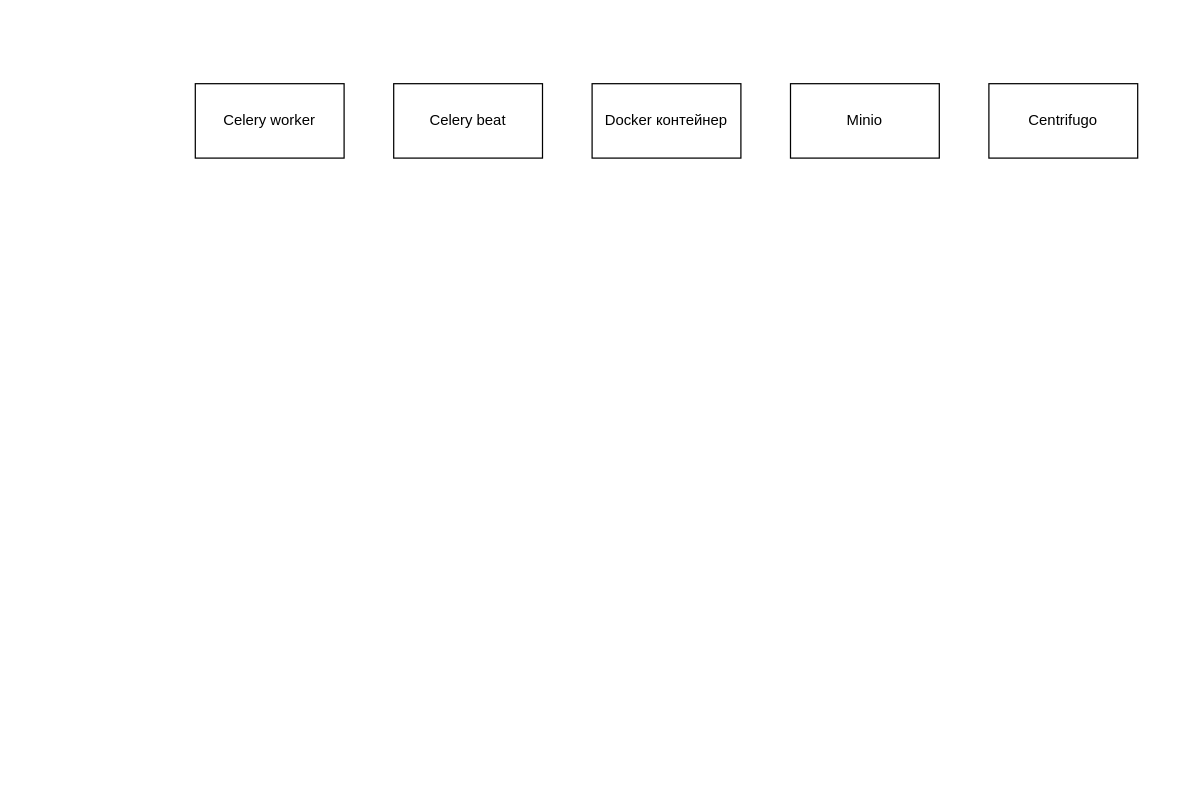
Earlier version of the draw.io diagram Untitled Diagram.drawio (fourhtyoz/air-hockey). Source tidied: cells renumbered, new cells numbered last; positions are measured from the earlier drawing's top-left corner, leaving out a move shared by most shapes. Both pictures are drawn from the tidied source at 124%, with x=0, y=0 at pixel (195, 83).
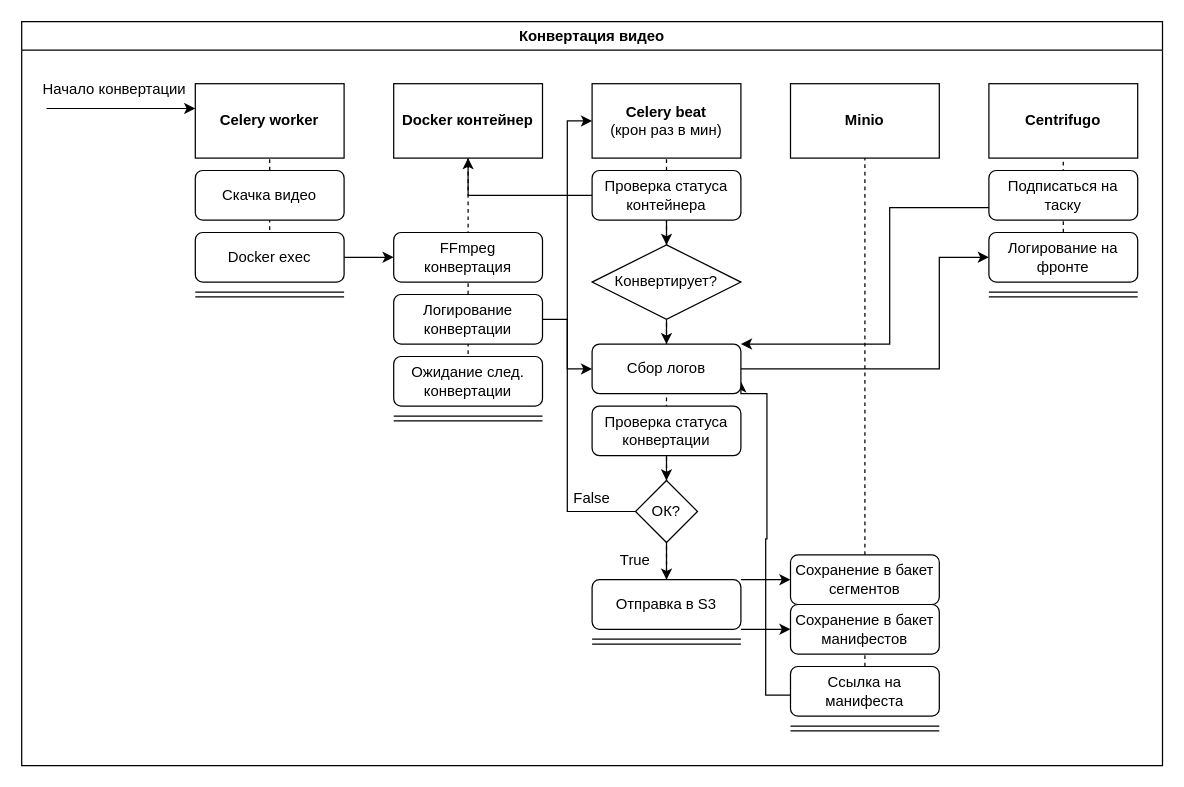
The same diagram, later.

What changed in the source:
```diff
@@
-    <mxCell id="2" value="Celery worker" style="rounded=0;whiteSpace=wrap;html=1;" parent="1" vertex="1">
+    <mxCell id="2" value="Celery worker" style="rounded=0;whiteSpace=wrap;html=1;fontStyle=1;" parent="1" vertex="1">
       <mxGeometry width="120" height="60" as="geometry" />
     </mxCell>
-    <mxCell id="3" value="Celery beat" style="rounded=0;whiteSpace=wrap;html=1;" parent="1" vertex="1">
-      <mxGeometry x="160" width="120" height="60" as="geometry" />
+    <mxCell id="3" value="&lt;div&gt;Celery beat&lt;/div&gt;&lt;div&gt;&lt;span style=&quot;font-weight: normal;&quot;&gt;(крон раз в мин)&lt;/span&gt;&lt;br&gt;&lt;/div&gt;" style="rounded=0;whiteSpace=wrap;html=1;fontStyle=1;" parent="1" vertex="1">
+      <mxGeometry x="320" width="120" height="60" as="geometry" />
     </mxCell>
-    <mxCell id="4" value="Docker контейнер" style="rounded=0;whiteSpace=wrap;html=1;" parent="1" vertex="1">
-      <mxGeometry x="320" width="120" height="60" as="geometry" />
+    <mxCell id="4" value="Docker контейнер" style="rounded=0;whiteSpace=wrap;html=1;fontStyle=1;" parent="1" vertex="1">
+      <mxGeometry x="160" width="120" height="60" as="geometry" />
     </mxCell>
-    <mxCell id="5" value="&lt;div&gt;Minio&lt;/div&gt;" style="rounded=0;whiteSpace=wrap;html=1;" parent="1" vertex="1">
+    <mxCell id="5" value="&lt;div&gt;Minio&lt;/div&gt;" style="rounded=0;whiteSpace=wrap;html=1;fontStyle=1;" parent="1" vertex="1">
       <mxGeometry x="480" width="120" height="60" as="geometry" />
     </mxCell>
-    <mxCell id="6" value="Centrifugo" style="rounded=0;whiteSpace=wrap;html=1;" parent="1" vertex="1">
+    <mxCell id="6" value="Centrifugo" style="rounded=0;whiteSpace=wrap;html=1;fontStyle=1;" parent="1" vertex="1">
       <mxGeometry x="640" width="120" height="60" as="geometry" />
     </mxCell>
+    <mxCell id="7" style="edgeStyle=orthogonalEdgeStyle;rounded=0;jettySize=auto;html=1;" parent="1" edge="1" source="37" target="39">
+      <mxGeometry relative="1" as="geometry" />
+    </mxCell>
+    <mxCell id="8" style="edgeStyle=orthogonalEdgeStyle;rounded=0;jettySize=auto;html=1;entryX=0;entryY=0.5;entryDx=0;entryDy=0;" parent="1" edge="1" source="38" target="47">
+      <mxGeometry relative="1" as="geometry" />
+    </mxCell>
+    <mxCell id="9" style="edgeStyle=orthogonalEdgeStyle;rounded=0;jettySize=auto;html=1;" parent="1" edge="1" source="45" target="48">
+      <mxGeometry relative="1" as="geometry" />
+    </mxCell>
+    <mxCell id="10" style="endArrow=classic;html=1;rounded=0;exitX=1;exitY=0;exitDx=0;exitDy=0;" parent="1" edge="1" source="46">
+      <mxGeometry relative="1" as="geometry">
+        <mxPoint x="480" y="400" as="targetPoint" />
+      </mxGeometry>
+    </mxCell>
+    <mxCell id="11" style="endArrow=classic;html=1;rounded=0;exitX=1;exitY=1;exitDx=0;exitDy=0;" parent="1" edge="1" source="46">
+      <mxGeometry relative="1" as="geometry">
+        <mxPoint x="480" y="440" as="targetPoint" />
+      </mxGeometry>
+    </mxCell>
+    <mxCell id="12" style="edgeStyle=orthogonalEdgeStyle;rounded=0;jettySize=auto;html=1;entryX=1;entryY=0;entryDx=0;entryDy=0;" parent="1" edge="1" target="47">
+      <mxGeometry relative="1" as="geometry">
+        <mxPoint x="720" y="110" as="sourcePoint" />
+        <Array as="points">
+          <mxPoint x="720" y="100" />
+          <mxPoint x="560" y="100" />
+          <mxPoint x="560" y="210" />
+        </Array>
+      </mxGeometry>
+    </mxCell>
+    <mxCell id="13" value="&lt;div&gt;Логирование на фронте&lt;/div&gt;" style="rounded=1;whiteSpace=wrap;html=1;" parent="1" vertex="1">
+      <mxGeometry x="640" y="120" width="120" height="40" as="geometry" />
+    </mxCell>
+    <mxCell id="14" style="edgeStyle=orthogonalEdgeStyle;rounded=0;jettySize=auto;html=1;entryX=0;entryY=0.5;entryDx=0;entryDy=0;" parent="1" edge="1" source="48" target="3">
+      <mxGeometry relative="1" as="geometry">
+        <Array as="points">
+          <mxPoint x="300" y="345" />
+          <mxPoint x="300" y="30" />
+        </Array>
+      </mxGeometry>
+    </mxCell>
+    <mxCell id="15" style="edgeStyle=orthogonalEdgeStyle;rounded=0;jettySize=auto;html=1;" parent="1" edge="1" source="48">
+      <mxGeometry relative="1" as="geometry">
+        <mxPoint x="380" y="400" as="targetPoint" />
+      </mxGeometry>
+    </mxCell>
+    <mxCell id="16" value="&lt;div&gt;False&lt;/div&gt;" style="text;html=1;align=center;verticalAlign=middle;whiteSpace=wrap;rounded=0;" parent="1" vertex="1">
+      <mxGeometry x="290" y="320" width="60" height="30" as="geometry" />
+    </mxCell>
+    <mxCell id="17" style="shape=link;html=1;rounded=0;" parent="1" edge="1">
+      <mxGeometry relative="1" as="geometry">
+        <mxPoint y="170" as="sourcePoint" />
+        <mxPoint x="120" y="170" as="targetPoint" />
+      </mxGeometry>
+    </mxCell>
+    <mxCell id="18" style="edgeStyle=orthogonalEdgeStyle;rounded=0;jettySize=auto;html=1;" parent="1" edge="1" source="49" target="50">
+      <mxGeometry relative="1" as="geometry" />
+    </mxCell>
+    <mxCell id="19" style="edgeStyle=orthogonalEdgeStyle;rounded=0;jettySize=auto;html=1;entryX=0.5;entryY=1;entryDx=0;entryDy=0;" parent="1" edge="1" source="49" target="4">
+      <mxGeometry relative="1" as="geometry" />
+    </mxCell>
+    <mxCell id="20" style="edgeStyle=orthogonalEdgeStyle;rounded=0;jettySize=auto;html=1;" parent="1" edge="1" source="50" target="47">
+      <mxGeometry relative="1" as="geometry" />
+    </mxCell>
+    <mxCell id="21" style="shape=link;html=1;rounded=0;" parent="1" edge="1">
+      <mxGeometry relative="1" as="geometry">
+        <mxPoint x="160" y="270" as="sourcePoint" />
+        <mxPoint x="280" y="270" as="targetPoint" />
+      </mxGeometry>
+    </mxCell>
+    <mxCell id="22" value="True" style="text;html=1;align=center;verticalAlign=middle;whiteSpace=wrap;rounded=0;" parent="1" vertex="1">
+      <mxGeometry x="325" y="370" width="60" height="30" as="geometry" />
+    </mxCell>
+    <mxCell id="23" style="shape=link;html=1;rounded=0;" parent="1" edge="1">
+      <mxGeometry relative="1" as="geometry">
+        <mxPoint x="320" y="450" as="sourcePoint" />
+        <mxPoint x="440" y="450" as="targetPoint" />
+      </mxGeometry>
+    </mxCell>
+    <mxCell id="24" style="shape=link;html=1;rounded=0;" parent="1" edge="1">
+      <mxGeometry relative="1" as="geometry">
+        <mxPoint x="480" y="520" as="sourcePoint" />
+        <mxPoint x="600" y="520" as="targetPoint" />
+      </mxGeometry>
+    </mxCell>
+    <mxCell id="25" value="Конвертация видео" style="swimlane;whiteSpace=wrap;html=1;" parent="1" vertex="1">
+      <mxGeometry x="-140" y="-50" width="920" height="600" as="geometry" />
+    </mxCell>
+    <mxCell id="26" style="endArrow=none;dashed=1;html=1;rounded=0;exitX=0.5;exitY=1;exitDx=0;exitDy=0;" parent="25" edge="1" source="37">
+      <mxGeometry relative="1" as="geometry">
+        <mxPoint x="200" y="110" as="targetPoint" />
+      </mxGeometry>
+    </mxCell>
+    <mxCell id="27" value="Начало конвертации" style="text;html=1;align=center;verticalAlign=middle;whiteSpace=wrap;rounded=0;" parent="25" vertex="1">
+      <mxGeometry x="10" y="40" width="130" height="30" as="geometry" />
+    </mxCell>
+    <mxCell id="28" style="endArrow=classic;html=1;rounded=0;entryX=1;entryY=1;entryDx=0;entryDy=0;" parent="25" edge="1" target="27">
+      <mxGeometry relative="1" as="geometry">
+        <mxPoint x="20" y="70" as="sourcePoint" />
+      </mxGeometry>
+    </mxCell>
+    <mxCell id="29" style="shape=link;html=1;rounded=0;" parent="25" edge="1">
+      <mxGeometry relative="1" as="geometry">
+        <mxPoint x="780" y="220" as="sourcePoint" />
+        <mxPoint x="900" y="220" as="targetPoint" />
+      </mxGeometry>
+    </mxCell>
+    <mxCell id="30" style="edgeStyle=orthogonalEdgeStyle;rounded=0;orthogonalLoop=1;jettySize=auto;html=1;" parent="25" edge="1">
+      <mxGeometry relative="1" as="geometry">
+        <mxPoint x="580" y="280" as="sourcePoint" />
+        <mxPoint x="780" y="190" as="targetPoint" />
+        <Array as="points">
+          <mxPoint x="740" y="280" />
+          <mxPoint x="740" y="190" />
+        </Array>
+      </mxGeometry>
+    </mxCell>
+    <mxCell id="31" style="edgeStyle=orthogonalEdgeStyle;rounded=0;jettySize=auto;html=1;entryX=1;entryY=0.75;entryDx=0;entryDy=0;" parent="25" edge="1" target="47">
+      <mxGeometry relative="1" as="geometry">
+        <mxPoint x="620" y="542" as="sourcePoint" />
+        <Array as="points">
+          <mxPoint x="620" y="543" />
+          <mxPoint x="600" y="543" />
+          <mxPoint x="600" y="417" />
+          <mxPoint x="601" y="417" />
+          <mxPoint x="601" y="300" />
+          <mxPoint x="580" y="300" />
+        </Array>
+      </mxGeometry>
+    </mxCell>
+    <mxCell id="32" style="endArrow=none;dashed=1;html=1;rounded=0;exitX=0.5;exitY=1;exitDx=0;exitDy=0;" parent="25" edge="1" source="40">
+      <mxGeometry relative="1" as="geometry">
+        <mxPoint x="360" y="110" as="targetPoint" />
+      </mxGeometry>
+    </mxCell>
+    <mxCell id="33" style="endArrow=none;dashed=1;html=1;rounded=0;" parent="25" edge="1" source="43">
+      <mxGeometry relative="1" as="geometry">
+        <mxPoint x="680" y="110" as="targetPoint" />
+      </mxGeometry>
+    </mxCell>
+    <mxCell id="34" style="endArrow=none;dashed=1;html=1;rounded=0;" parent="25" edge="1">
+      <mxGeometry relative="1" as="geometry">
+        <mxPoint x="840" y="170" as="sourcePoint" />
+        <mxPoint x="840" y="110" as="targetPoint" />
+      </mxGeometry>
+    </mxCell>
+    <mxCell id="35" style="endArrow=none;dashed=1;html=1;rounded=0;" parent="25" edge="1">
+      <mxGeometry relative="1" as="geometry">
+        <mxPoint x="520" y="450" as="sourcePoint" />
+        <mxPoint x="520" y="110" as="targetPoint" />
+      </mxGeometry>
+    </mxCell>
+    <mxCell id="36" value="Скачка видео" style="rounded=1;whiteSpace=wrap;html=1;" parent="1" vertex="1">
+      <mxGeometry y="70" width="120" height="40" as="geometry" />
+    </mxCell>
+    <mxCell id="37" value="Docker exec" style="rounded=1;whiteSpace=wrap;html=1;" parent="1" vertex="1">
+      <mxGeometry y="120" width="120" height="40" as="geometry" />
+    </mxCell>
+    <mxCell id="38" value="Логирование конвертации" style="rounded=1;whiteSpace=wrap;html=1;" parent="1" vertex="1">
+      <mxGeometry x="160" y="170" width="120" height="40" as="geometry" />
+    </mxCell>
+    <mxCell id="39" value="FFmpeg конвертация" style="rounded=1;whiteSpace=wrap;html=1;" parent="1" vertex="1">
+      <mxGeometry x="160" y="120" width="120" height="40" as="geometry" />
+    </mxCell>
+    <mxCell id="40" value="&lt;div&gt;Ожидание след. конвертации&lt;/div&gt;" style="rounded=1;whiteSpace=wrap;html=1;" parent="1" vertex="1">
+      <mxGeometry x="160" y="220" width="120" height="40" as="geometry" />
+    </mxCell>
+    <mxCell id="41" value="&lt;div&gt;Сохранение в бакет сегментов&lt;/div&gt;" style="rounded=1;whiteSpace=wrap;html=1;" parent="1" vertex="1">
+      <mxGeometry x="480" y="380" width="120" height="40" as="geometry" />
+    </mxCell>
+    <mxCell id="42" value="&lt;div&gt;Сохранение в бакет манифестов&lt;/div&gt;" style="rounded=1;whiteSpace=wrap;html=1;" parent="1" vertex="1">
+      <mxGeometry x="480" y="420" width="120" height="40" as="geometry" />
+    </mxCell>
+    <mxCell id="43" value="Ссылка на манифеста" style="rounded=1;whiteSpace=wrap;html=1;" parent="1" vertex="1">
+      <mxGeometry x="480" y="470" width="120" height="40" as="geometry" />
+    </mxCell>
+    <mxCell id="44" value="Подписаться на таску" style="rounded=1;whiteSpace=wrap;html=1;" parent="1" vertex="1">
+      <mxGeometry x="640" y="70" width="120" height="40" as="geometry" />
+    </mxCell>
+    <mxCell id="45" value="Проверка статуса конвертации" style="rounded=1;whiteSpace=wrap;html=1;" parent="1" vertex="1">
+      <mxGeometry x="320" y="260" width="120" height="40" as="geometry" />
+    </mxCell>
+    <mxCell id="46" value="Отправка в S3" style="rounded=1;whiteSpace=wrap;html=1;" parent="1" vertex="1">
+      <mxGeometry x="320" y="400" width="120" height="40" as="geometry" />
+    </mxCell>
+    <mxCell id="47" value="Сбор логов" style="rounded=1;whiteSpace=wrap;html=1;" parent="1" vertex="1">
+      <mxGeometry x="320" y="210" width="120" height="40" as="geometry" />
+    </mxCell>
+    <mxCell id="48" value="ОК?" style="rhombus;whiteSpace=wrap;html=1;" parent="1" vertex="1">
+      <mxGeometry x="355" y="320" width="50" height="50" as="geometry" />
+    </mxCell>
+    <mxCell id="49" value="Проверка статуса контейнера" style="rounded=1;whiteSpace=wrap;html=1;" parent="1" vertex="1">
+      <mxGeometry x="320" y="70" width="120" height="40" as="geometry" />
+    </mxCell>
+    <mxCell id="50" value="Конвертирует?" style="rhombus;whiteSpace=wrap;html=1;" parent="1" vertex="1">
+      <mxGeometry x="320" y="130" width="120" height="60" as="geometry" />
+    </mxCell>
```
